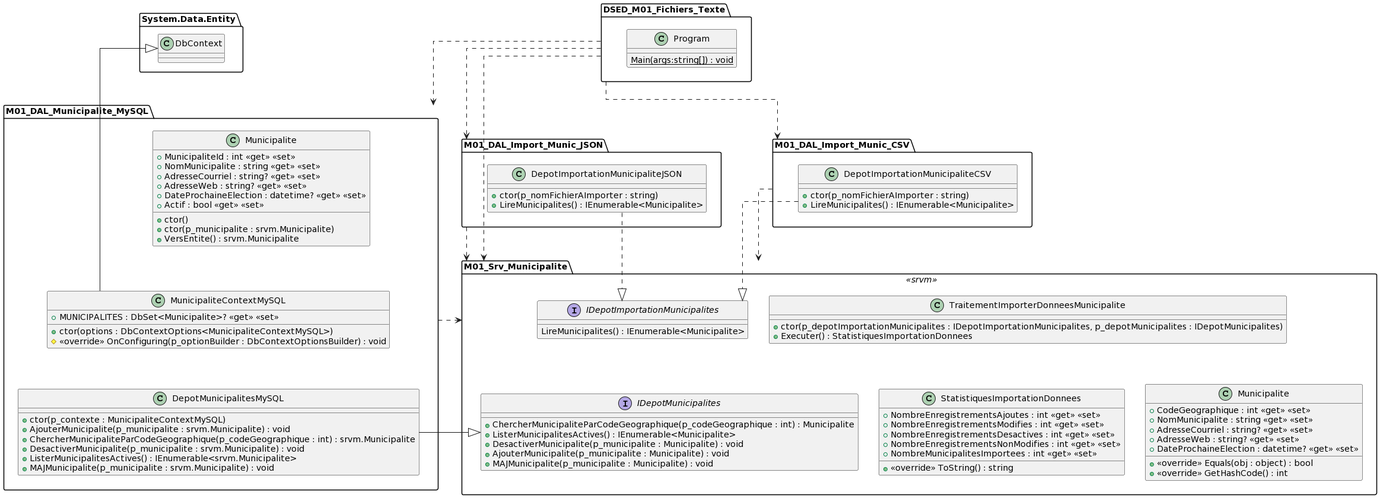
PiFou86/420-W47-SF keeps this PlantUML diagram as images/Module01_Introduction/uml_exercice1/uml_exercice1.png. Above is the earlier version.
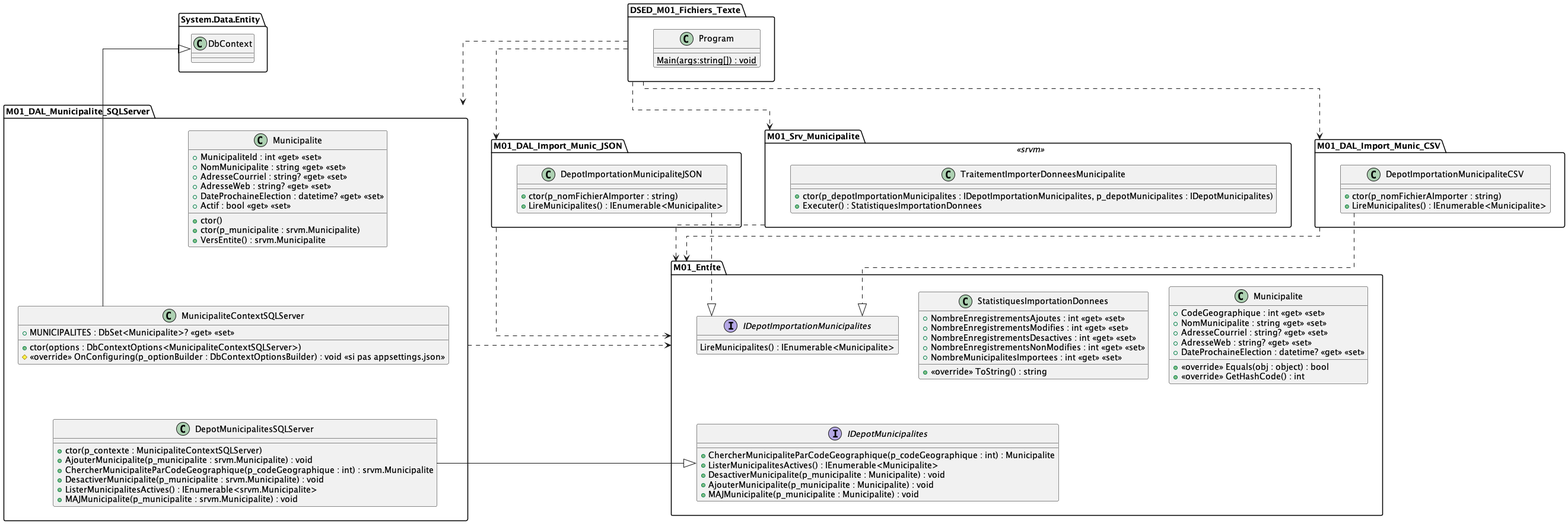
Above is the later version.

Change to the diagram source:
```diff
@@ -8,7 +8,7 @@
     }
 }
 
-namespace M01_Srv_Municipalite << srvm >> {
+namespace M01_Entite {
     class Municipalite {
         + CodeGeographique : int <<get>> <<set>>
         + NomMunicipalite : string <<get>> <<set>>
@@ -39,21 +39,23 @@
     interface IDepotImportationMunicipalites {
         LireMunicipalites() : IEnumerable<Municipalite>
     }
+}
 
+namespace M01_Srv_Municipalite << srvm >> {
     class TraitementImporterDonneesMunicipalite {
         + ctor(p_depotImportationMunicipalites : IDepotImportationMunicipalites, p_depotMunicipalites : IDepotMunicipalites)
         + Executer() : StatistiquesImportationDonnees
     }
 
-    IDepotImportationMunicipalites -[hidden]-> IDepotMunicipalites
-    IDepotImportationMunicipalites -[hidden]> TraitementImporterDonneesMunicipalite
-    TraitementImporterDonneesMunicipalite -[hidden]-> StatistiquesImportationDonnees
-    StatistiquesImportationDonnees -[hidden]> Municipalite
+    M01_Entite::IDepotImportationMunicipalites -[hidden]-> M01_Entite::IDepotMunicipalites
+    M01_Entite::IDepotImportationMunicipalites -[hidden]-> TraitementImporterDonneesMunicipalite
+    TraitementImporterDonneesMunicipalite -[hidden]-> M01_Entite::StatistiquesImportationDonnees
+    M01_Entite::StatistiquesImportationDonnees -[hidden]> M01_Entite::Municipalite
 }
 
-namespace M01_DAL_Municipalite_MySQL {
-    class DepotMunicipalitesMySQL {
-        + ctor(p_contexte : MunicipaliteContextMySQL)
+namespace M01_DAL_Municipalite_SQLServer {
+    class DepotMunicipalitesSQLServer {
+        + ctor(p_contexte : MunicipaliteContextSQLServer)
         + AjouterMunicipalite(p_municipalite : srvm.Municipalite) : void
         + ChercherMunicipaliteParCodeGeographique(p_codeGeographique : int) : srvm.Municipalite
         + DesactiverMunicipalite(p_municipalite : srvm.Municipalite) : void
@@ -61,7 +63,7 @@
         + MAJMunicipalite(p_municipalite : srvm.Municipalite) : void
     }
 
-    DepotMunicipalitesMySQL -|> M01_Srv_Municipalite::IDepotMunicipalites
+    DepotMunicipalitesSQLServer -|> M01_Entite::IDepotMunicipalites
 
     class Municipalite {
         + MunicipaliteId : int <<get>> <<set>>
@@ -75,14 +77,14 @@
         + VersEntite() : srvm.Municipalite
     }
 
-    class MunicipaliteContextMySQL {
+    class MunicipaliteContextSQLServer {
         + MUNICIPALITES : DbSet<Municipalite>? <<get>> <<set>>
-        + ctor(options : DbContextOptions<MunicipaliteContextMySQL>)
-        # <<override>> OnConfiguring(p_optionBuilder : DbContextOptionsBuilder) : void
+        + ctor(options : DbContextOptions<MunicipaliteContextSQLServer>)
+        # <<override>> OnConfiguring(p_optionBuilder : DbContextOptionsBuilder) : void <<si pas appsettings.json>>
     }
 
-    Municipalite -[hidden]-> MunicipaliteContextMySQL
-    MunicipaliteContextMySQL -[hidden]-> DepotMunicipalitesMySQL
+    Municipalite -[hidden]-> MunicipaliteContextSQLServer
+    MunicipaliteContextSQLServer -[hidden]-> DepotMunicipalitesSQLServer
 }
 
 namespace M01_DAL_Import_Munic_CSV {
@@ -91,7 +93,7 @@
         + LireMunicipalites() : IEnumerable<Municipalite>
     }
 
-    DepotImportationMunicipaliteCSV ..|> M01_Srv_Municipalite::IDepotImportationMunicipalites
+    DepotImportationMunicipaliteCSV ..|> M01_Entite::IDepotImportationMunicipalites
 }
 
 namespace M01_DAL_Import_Munic_JSON {
@@ -100,18 +102,20 @@
         + LireMunicipalites() : IEnumerable<Municipalite>
     }
 
-    DepotImportationMunicipaliteJSON ..|> M01_Srv_Municipalite::IDepotImportationMunicipalites
+    DepotImportationMunicipaliteJSON ..|> M01_Entite::IDepotImportationMunicipalites
 }
 
 DSED_M01_Fichiers_Texte .> M01_DAL_Import_Munic_JSON
 DSED_M01_Fichiers_Texte ..> M01_DAL_Import_Munic_CSV
-DSED_M01_Fichiers_Texte ..> M01_DAL_Municipalite_MySQL
+DSED_M01_Fichiers_Texte ..> M01_DAL_Municipalite_SQLServer
 DSED_M01_Fichiers_Texte ..> M01_Srv_Municipalite
 
-M01_DAL_Import_Munic_CSV ..> M01_Srv_Municipalite
-M01_DAL_Import_Munic_JSON ..> M01_Srv_Municipalite
-M01_DAL_Municipalite_MySQL ..> M01_Srv_Municipalite
+M01_DAL_Import_Munic_CSV ..> M01_Entite
+M01_DAL_Import_Munic_JSON ..> M01_Entite
+M01_DAL_Municipalite_SQLServer ..> M01_Entite
+M01_Srv_Municipalite ..> M01_Entite
 
-System.Data.Entity::DbContext -[hidden]-> M01_DAL_Municipalite_MySQL::Municipalite
-M01_DAL_Municipalite_MySQL::MunicipaliteContextMySQL -u-|> System.Data.Entity::DbContext
+System.Data.Entity::DbContext -[hidden]-> M01_DAL_Municipalite_SQLServer::Municipalite
+M01_DAL_Municipalite_SQLServer::MunicipaliteContextSQLServer -u-|> System.Data.Entity::DbContext
+
 @enduml
```
